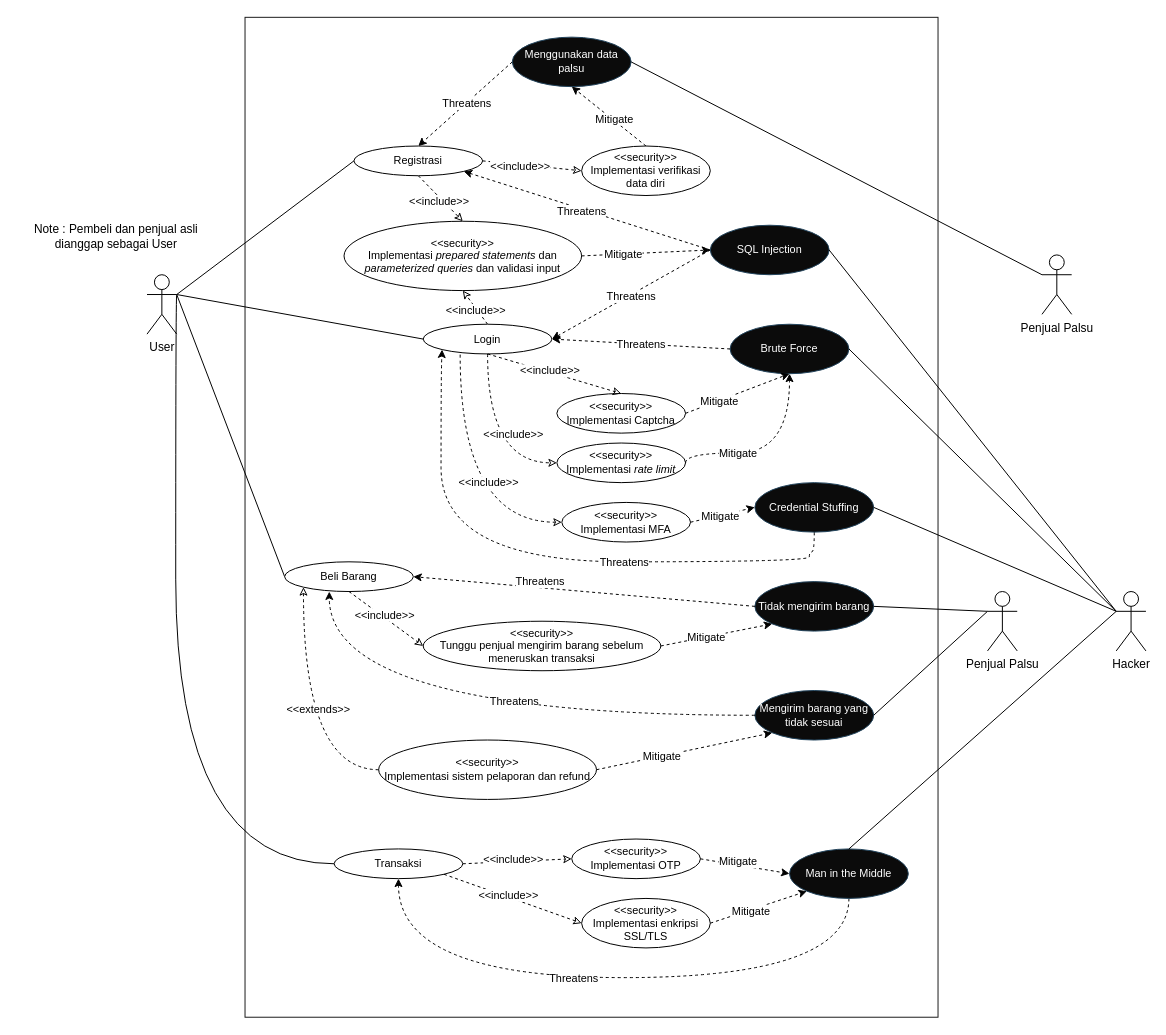
MHibriziF/SIPA keeps this draw.io diagram as Use-Case_PKPL.drawio. Above is the earlier version. Source tidied: cells renumbered, new cells numbered last; positions are measured from the earlier drawing's top-left corner, leaving out a move shared by most shapes. Both pictures are drawn from the tidied source at 99%, with x=0, y=0 at pixel (17, 17).
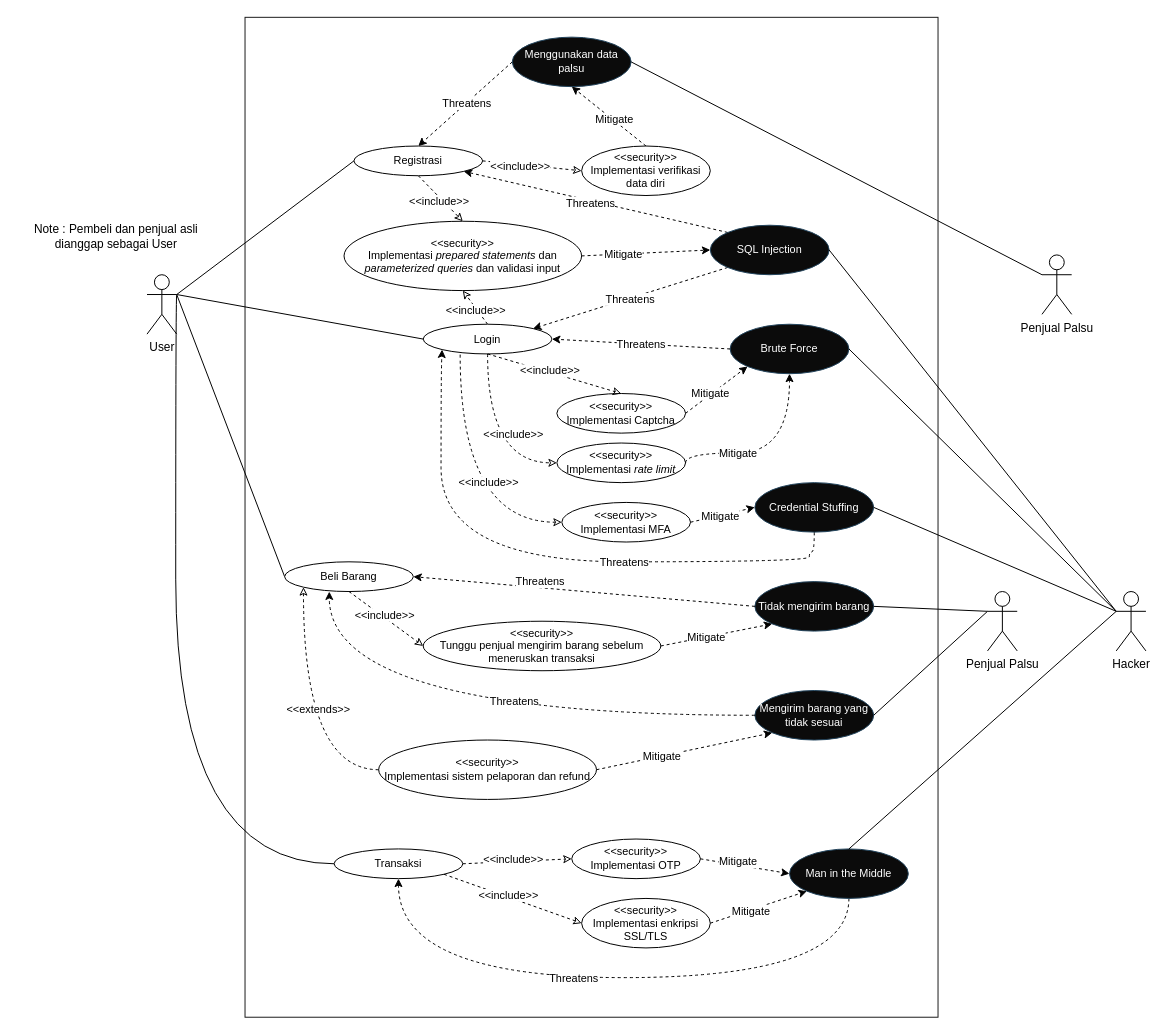
The same diagram, later.

The change refers to these unchanged cells:
```xml
<mxCell id="15" value="Registrasi" style="ellipse;whiteSpace=wrap;html=1;fontSize=11;" parent="1" vertex="1">
  <mxGeometry x="340" y="130" width="130" height="30" as="geometry" />
</mxCell>
<mxCell id="19" value="Login" style="ellipse;whiteSpace=wrap;html=1;fontSize=11;" parent="1" vertex="1">
  <mxGeometry x="410" y="310" width="130" height="30" as="geometry" />
</mxCell>
<mxCell id="32" value="SQL Injection" style="ellipse;whiteSpace=wrap;html=1;fillColor=light-dark(#0b0b0b, #39454e);strokeColor=#23445d;fontColor=#FFFFFF;fontSize=11;" parent="1" vertex="1">
  <mxGeometry x="700" y="210" width="120" height="50" as="geometry" />
</mxCell>
<mxCell id="40" value="Brute Force" style="ellipse;whiteSpace=wrap;html=1;fillColor=light-dark(#0b0b0b, #39454e);strokeColor=#23445d;fontColor=#FFFFFF;fontSize=11;" parent="1" vertex="1">
  <mxGeometry x="720" y="310" width="120" height="50" as="geometry" />
</mxCell>
<mxCell id="47" value="&lt;div&gt;&amp;lt;&amp;lt;security&amp;gt;&amp;gt;&lt;/div&gt;Implementasi Captcha" style="ellipse;whiteSpace=wrap;html=1;fontSize=11;" parent="1" vertex="1">
  <mxGeometry x="545" y="380" width="130" height="40" as="geometry" />
</mxCell>
```

The edit, as a diff of the source:
```diff
@@
-    <mxCell id="28" style="edgeStyle=none;rounded=0;jettySize=auto;html=1;exitX=0;exitY=0.5;exitDx=0;exitDy=0;entryX=1;entryY=1;entryDx=0;entryDy=0;dashed=1;" parent="1" edge="1" source="32" target="15">
+    <mxCell id="28" style="edgeStyle=none;rounded=0;jettySize=auto;html=1;exitX=0;exitY=0;exitDx=0;exitDy=0;entryX=1;entryY=1;entryDx=0;entryDy=0;dashed=1;" parent="1" edge="1" source="32" target="15">
       <mxGeometry relative="1" as="geometry" />
     </mxCell>
@@
-    <mxCell id="30" style="edgeStyle=none;rounded=0;jettySize=auto;html=1;exitX=0;exitY=0.5;exitDx=0;exitDy=0;entryX=1;entryY=0.5;entryDx=0;entryDy=0;dashed=1;" parent="1" edge="1" source="32" target="19">
+    <mxCell id="30" style="edgeStyle=none;rounded=0;jettySize=auto;html=1;exitX=0;exitY=1;exitDx=0;exitDy=0;entryX=1;entryY=0;entryDx=0;entryDy=0;dashed=1;" parent="1" edge="1" source="32" target="19">
       <mxGeometry relative="1" as="geometry" />
     </mxCell>
@@
-    <mxCell id="52" style="edgeStyle=none;rounded=0;jettySize=auto;html=1;exitX=1;exitY=0.5;exitDx=0;exitDy=0;entryX=0.5;entryY=1;entryDx=0;entryDy=0;dashed=1;" parent="1" edge="1" source="47" target="40">
+    <mxCell id="52" style="edgeStyle=none;rounded=0;jettySize=auto;html=1;exitX=1;exitY=0.5;exitDx=0;exitDy=0;entryX=0;entryY=1;entryDx=0;entryDy=0;dashed=1;" parent="1" edge="1" source="47" target="40">
       <mxGeometry relative="1" as="geometry" />
     </mxCell>
     <mxCell id="53" value="Mitigate" style="edgeLabel;html=1;align=center;verticalAlign=middle;" parent="52" vertex="1">
-      <mxGeometry x="-0.36" relative="1" as="geometry" />
+      <mxGeometry x="-0.36" relative="1" as="geometry">
+        <mxPoint x="5" y="-5" as="offset" />
+      </mxGeometry>
     </mxCell>
```
